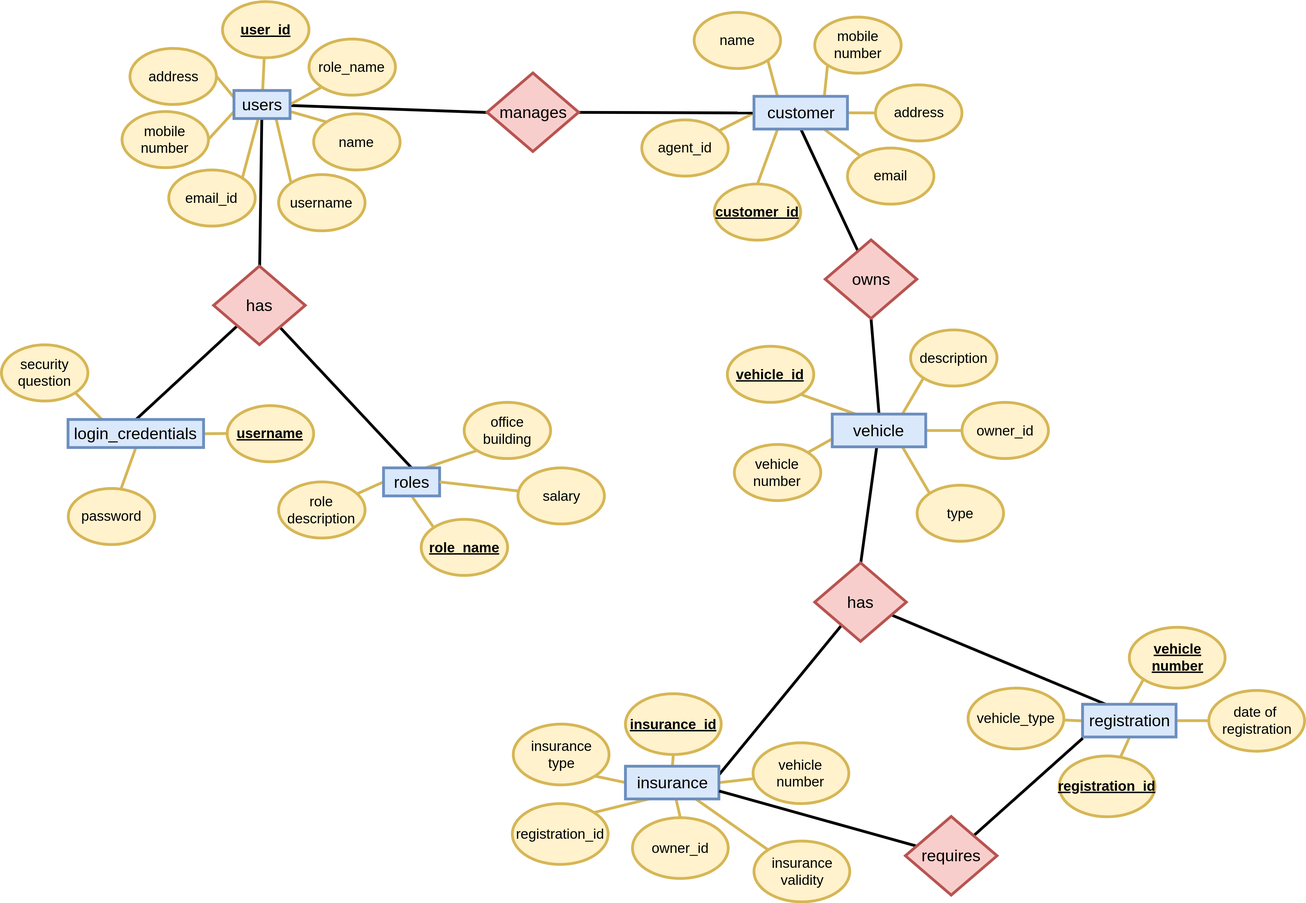
Above: Draw-Files/Normalised-Entity-Relationship.svg in Gituser143/DBMS-Project (draw.io), before the change. Source tidied: cells renumbered, new cells last; positions are measured from the earlier drawing's top-left corner, leaving out a move shared by most shapes.
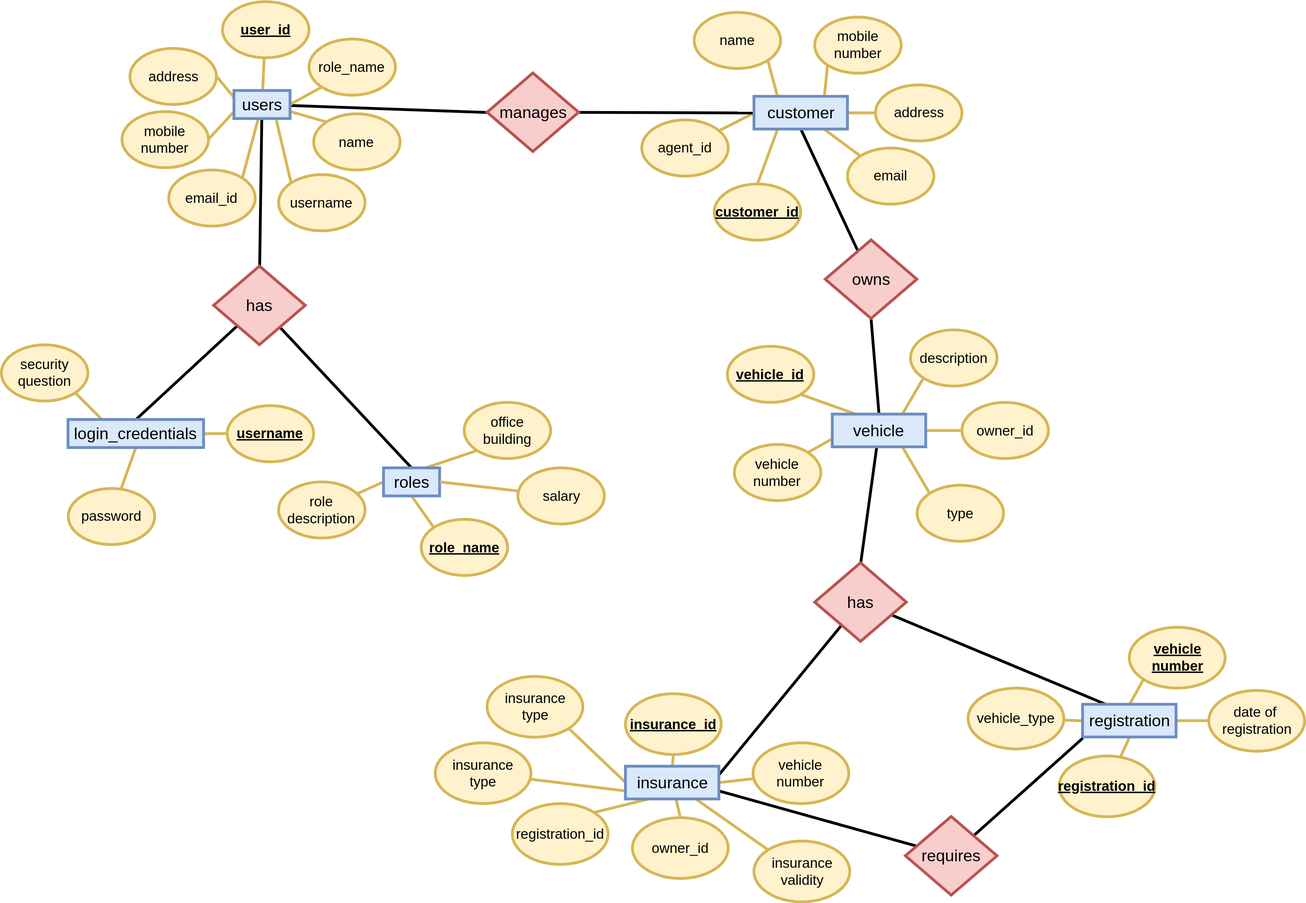
The same diagram one commit later.

Commit message:
Added insurance amount

What changed in the source:
```diff
@@ -207,7 +207,7 @@
       <mxGeometry relative="1" as="geometry" />
     </mxCell>
     <mxCell id="70" value="&lt;font style=&quot;font-size: 30px&quot;&gt;insurance&lt;br&gt;type&lt;br&gt;&lt;/font&gt;" style="ellipse;whiteSpace=wrap;html=1;fillColor=#fff2cc;strokeColor=#d6b656;strokeWidth=6;" parent="1" vertex="1">
-      <mxGeometry x="1095.5" y="1545" width="205" height="130" as="geometry" />
+      <mxGeometry x="1039.5" y="1442.5" width="205" height="130" as="geometry" />
     </mxCell>
     <mxCell id="71" style="edgeStyle=none;rounded=0;html=1;exitX=0;exitY=0;entryX=0.75;entryY=1;endArrow=none;endFill=0;jettySize=auto;fillColor=#fff2cc;strokeColor=#d6b656;strokeWidth=6;" parent="1" edge="1" source="72" target="90">
       <mxGeometry relative="1" as="geometry" />
@@ -266,9 +266,6 @@
     <mxCell id="89" value="&lt;span style=&quot;font-size: 35px&quot;&gt;registration&lt;/span&gt;" style="rounded=0;whiteSpace=wrap;html=1;fillColor=#dae8fc;strokeColor=#6c8ebf;strokeWidth=6;" parent="1" vertex="1">
       <mxGeometry x="2313.5" y="1502.5" width="200" height="70" as="geometry" />
     </mxCell>
-    <mxCell id="90" value="&lt;span style=&quot;font-size: 35px&quot;&gt;insurance&lt;/span&gt;" style="rounded=0;whiteSpace=wrap;html=1;fillColor=#dae8fc;strokeColor=#6c8ebf;strokeWidth=6;" parent="1" vertex="1">
-      <mxGeometry x="1335.5" y="1635" width="200" height="70" as="geometry" />
-    </mxCell>
     <mxCell id="91" style="rounded=0;html=1;entryX=1;entryY=0.75;jettySize=auto;endArrow=none;endFill=0;fillColor=#fff2cc;strokeColor=#000000;strokeWidth=6;" parent="1" edge="1" source="93" target="90">
       <mxGeometry relative="1" as="geometry" />
     </mxCell>
@@ -284,5 +281,14 @@
     <mxCell id="95" value="&lt;font style=&quot;font-size: 30px&quot;&gt;salary&lt;br&gt;&lt;/font&gt;" style="ellipse;whiteSpace=wrap;html=1;fillColor=#fff2cc;strokeColor=#d6b656;strokeWidth=6;" parent="1" vertex="1">
       <mxGeometry x="1105.5" y="997" width="185" height="120" as="geometry" />
     </mxCell>
+    <mxCell id="96" style="rounded=0;html=1;entryX=0;entryY=0.75;jettySize=auto;fillColor=#fff2cc;strokeColor=#d6b656;endArrow=none;endFill=0;strokeWidth=6;" parent="1" edge="1" source="97" target="90">
+      <mxGeometry relative="1" as="geometry" />
+    </mxCell>
+    <mxCell id="97" value="&lt;font style=&quot;font-size: 30px&quot;&gt;insurance&lt;br&gt;type&lt;br&gt;&lt;/font&gt;" style="ellipse;whiteSpace=wrap;html=1;fillColor=#fff2cc;strokeColor=#d6b656;strokeWidth=6;" parent="1" vertex="1">
+      <mxGeometry x="928" y="1585" width="205" height="130" as="geometry" />
+    </mxCell>
+    <mxCell id="90" value="&lt;span style=&quot;font-size: 35px&quot;&gt;insurance&lt;/span&gt;" style="rounded=0;whiteSpace=wrap;html=1;fillColor=#dae8fc;strokeColor=#6c8ebf;strokeWidth=6;" parent="1" vertex="1">
+      <mxGeometry x="1335.5" y="1635" width="200" height="70" as="geometry" />
+    </mxCell>
   </root>
 </mxGraphModel>
```
